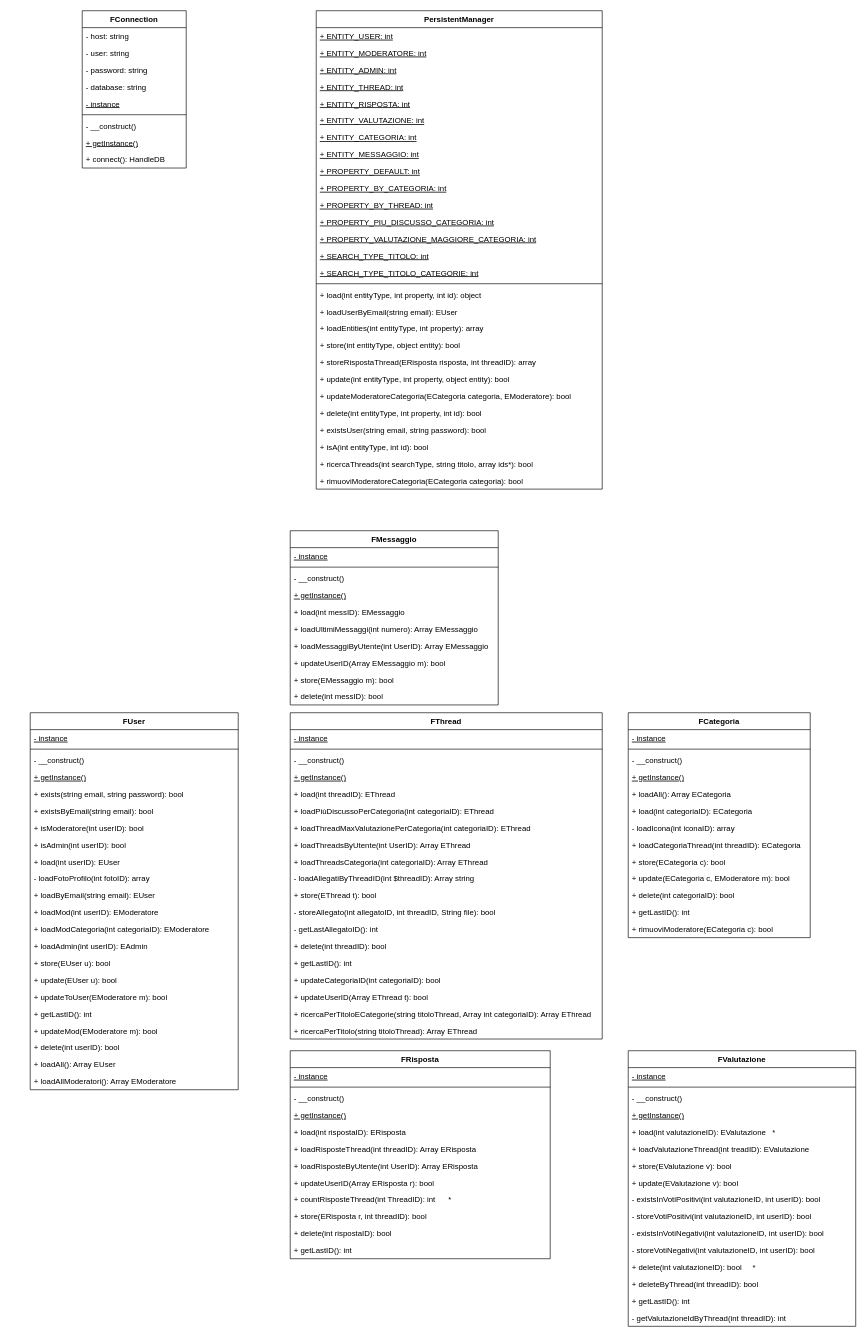
Before: Diagrammi/UML Fondation 2.drawio in EdoPan/UniChat, a draw.io diagram. Source tidied: cells renumbered, new cells numbered last; positions are measured from the earlier drawing's top-left corner, leaving out a move shared by most shapes. Both pictures are drawn from the tidied source at 65%, with x=0, y=0 at pixel (30, 10).
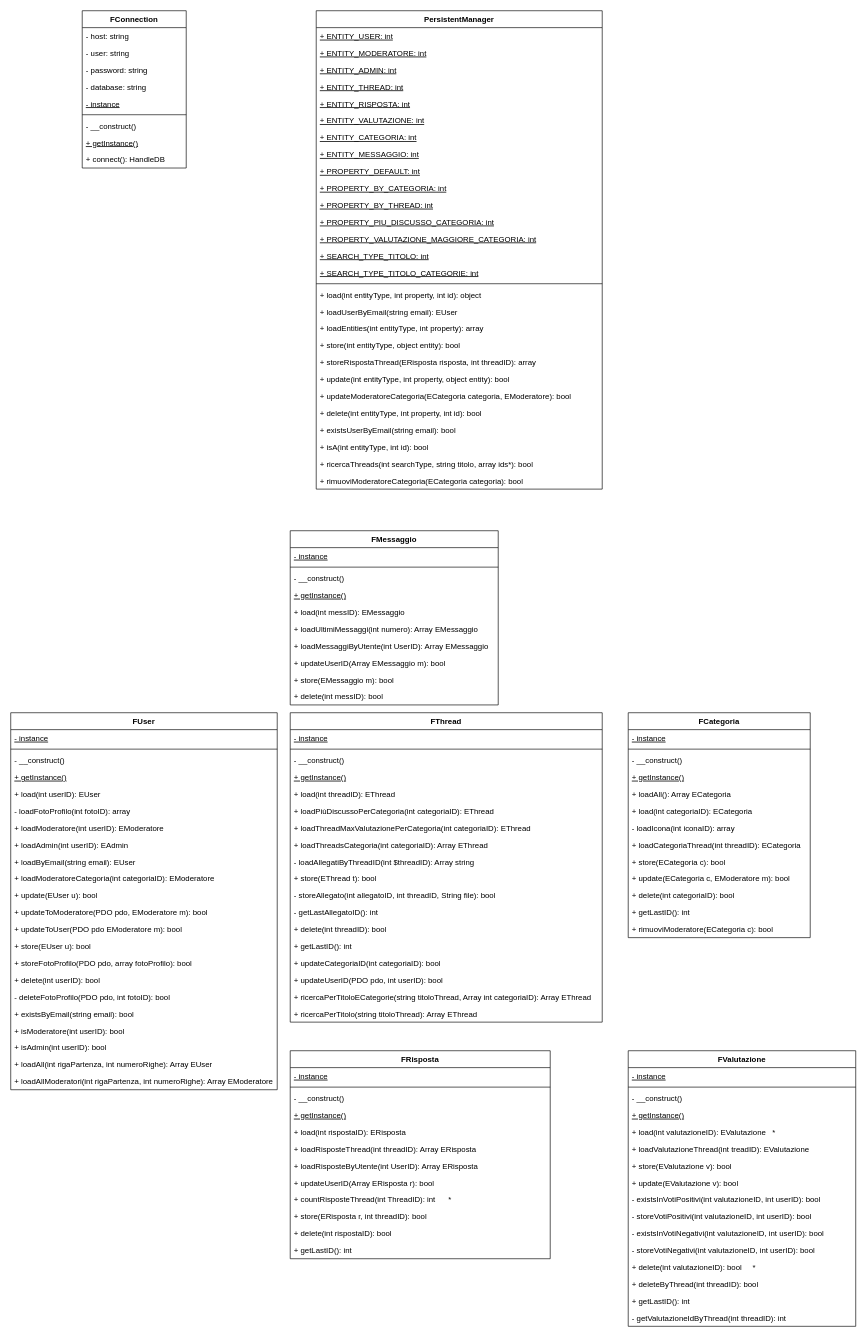
The same page after the edit.

The change refers to these unchanged cells:
```xml
<mxCell id="12" value="PersistentManager" style="swimlane;fontStyle=1;align=center;verticalAlign=top;horizontal=1;startSize=26;" parent="1" vertex="1">
  <mxGeometry x="440" width="440" height="736" as="geometry" />
</mxCell>
```

Diff of the diagram source:
```diff
@@
-    <mxCell id="37" value="+ existsUser(string email, string password): bool" style="text;strokeColor=none;fillColor=none;align=left;verticalAlign=top;spacingLeft=4;spacingRight=4;overflow=hidden;" parent="12" vertex="1">
+    <mxCell id="37" value="+ existsUserByEmail(string email): bool" style="text;strokeColor=none;fillColor=none;align=left;verticalAlign=top;spacingLeft=4;spacingRight=4;overflow=hidden;" parent="12" vertex="1">
       <mxGeometry y="632" width="440" height="26" as="geometry" />
     </mxCell>
@@
     <mxCell id="41" value="FUser" style="swimlane;fontStyle=1;align=center;verticalAlign=top;horizontal=1;startSize=26;" parent="1" vertex="1">
-      <mxGeometry y="1080" width="320" height="580" as="geometry" />
+      <mxGeometry x="-30" y="1080" width="410" height="580" as="geometry" />
     </mxCell>
     <mxCell id="42" value="- instance" style="text;strokeColor=none;fillColor=none;align=left;verticalAlign=top;spacingLeft=4;spacingRight=4;overflow=hidden;fontStyle=4;" parent="41" vertex="1">
-      <mxGeometry y="26" width="320" height="26" as="geometry" />
+      <mxGeometry y="26" width="410" height="26" as="geometry" />
     </mxCell>
     <mxCell id="43" style="line;strokeWidth=1;fillColor=none;align=left;verticalAlign=middle;spacingTop=-1;spacingLeft=3;spacingRight=3;labelPosition=right;" parent="41" vertex="1">
-      <mxGeometry y="52" width="320" height="8" as="geometry" />
+      <mxGeometry y="52" width="410" height="8" as="geometry" />
     </mxCell>
     <mxCell id="44" value="- __construct()" style="text;strokeColor=none;fillColor=none;align=left;verticalAlign=top;spacingLeft=4;spacingRight=4;overflow=hidden;" parent="41" vertex="1">
-      <mxGeometry y="60" width="320" height="26" as="geometry" />
+      <mxGeometry y="60" width="410" height="26" as="geometry" />
     </mxCell>
     <mxCell id="45" value="+ getInstance()" style="text;strokeColor=none;fillColor=none;align=left;verticalAlign=top;spacingLeft=4;spacingRight=4;overflow=hidden;fontStyle=4;" parent="41" vertex="1">
-      <mxGeometry y="86" width="320" height="26" as="geometry" />
+      <mxGeometry y="86" width="410" height="26" as="geometry" />
     </mxCell>
-    <mxCell id="46" value="+ exists(string email, string password): bool" style="text;strokeColor=none;fillColor=none;align=left;verticalAlign=top;spacingLeft=4;spacingRight=4;overflow=hidden;" parent="41" vertex="1">
-      <mxGeometry y="112" width="320" height="26" as="geometry" />
-    </mxCell>
+    <mxCell id="50" value="+ load(int userID): EUser" style="text;strokeColor=none;fillColor=none;align=left;verticalAlign=top;spacingLeft=4;spacingRight=4;overflow=hidden;" parent="41" vertex="1">
+      <mxGeometry y="112" width="410" height="26" as="geometry" />
+    </mxCell>
+    <mxCell id="51" value="- loadFotoProfilo(int fotoID): array" style="text;strokeColor=none;fillColor=none;align=left;verticalAlign=top;spacingLeft=4;spacingRight=4;overflow=hidden;" parent="41" vertex="1">
+      <mxGeometry y="138" width="410" height="26" as="geometry" />
+    </mxCell>
+    <mxCell id="53" value="+ loadModeratore(int userID): EModeratore" style="text;strokeColor=none;fillColor=none;align=left;verticalAlign=top;spacingLeft=4;spacingRight=4;overflow=hidden;" parent="41" vertex="1">
+      <mxGeometry y="164" width="410" height="26" as="geometry" />
+    </mxCell>
+    <mxCell id="55" value="+ loadAdmin(int userID): EAdmin" style="text;strokeColor=none;fillColor=none;align=left;verticalAlign=top;spacingLeft=4;spacingRight=4;overflow=hidden;" parent="41" vertex="1">
+      <mxGeometry y="190" width="410" height="26" as="geometry" />
+    </mxCell>
+    <mxCell id="52" value="+ loadByEmail(string email): EUser" style="text;strokeColor=none;fillColor=none;align=left;verticalAlign=top;spacingLeft=4;spacingRight=4;overflow=hidden;" parent="41" vertex="1">
+      <mxGeometry y="216" width="410" height="26" as="geometry" />
+    </mxCell>
+    <mxCell id="54" value="+ loadModeratoreCategoria(int categoriaID): EModeratore" style="text;strokeColor=none;fillColor=none;align=left;verticalAlign=top;spacingLeft=4;spacingRight=4;overflow=hidden;" parent="41" vertex="1">
+      <mxGeometry y="242" width="410" height="26" as="geometry" />
+    </mxCell>
+    <mxCell id="57" value="+ update(EUser u): bool" style="text;strokeColor=none;fillColor=none;align=left;verticalAlign=top;spacingLeft=4;spacingRight=4;overflow=hidden;" parent="41" vertex="1">
+      <mxGeometry y="268" width="410" height="26" as="geometry" />
+    </mxCell>
+    <mxCell id="60" value="+ updateToModeratore(PDO pdo, EModeratore m): bool" style="text;strokeColor=none;fillColor=none;align=left;verticalAlign=top;spacingLeft=4;spacingRight=4;overflow=hidden;" parent="41" vertex="1">
+      <mxGeometry y="294" width="410" height="26" as="geometry" />
+    </mxCell>
+    <mxCell id="58" value="+ updateToUser(PDO pdo EModeratore m): bool" style="text;strokeColor=none;fillColor=none;align=left;verticalAlign=top;spacingLeft=4;spacingRight=4;overflow=hidden;" parent="41" vertex="1">
+      <mxGeometry y="320" width="410" height="26" as="geometry" />
+    </mxCell>
+    <mxCell id="56" value="+ store(EUser u): bool" style="text;strokeColor=none;fillColor=none;align=left;verticalAlign=top;spacingLeft=4;spacingRight=4;overflow=hidden;" parent="41" vertex="1">
+      <mxGeometry y="346" width="410" height="26" as="geometry" />
+    </mxCell>
+    <mxCell id="139" value="+ storeFotoProfilo(PDO pdo, array fotoProfilo): bool" style="text;strokeColor=none;fillColor=none;align=left;verticalAlign=top;spacingLeft=4;spacingRight=4;overflow=hidden;" parent="41" vertex="1">
+      <mxGeometry y="372" width="410" height="26" as="geometry" />
+    </mxCell>
+    <mxCell id="61" value="+ delete(int userID): bool" style="text;strokeColor=none;fillColor=none;align=left;verticalAlign=top;spacingLeft=4;spacingRight=4;overflow=hidden;" parent="41" vertex="1">
+      <mxGeometry y="398" width="410" height="26" as="geometry" />
+    </mxCell>
+    <mxCell id="140" value="- deleteFotoProfilo(PDO pdo, int fotoID): bool" style="text;strokeColor=none;fillColor=none;align=left;verticalAlign=top;spacingLeft=4;spacingRight=4;overflow=hidden;" parent="41" vertex="1">
+      <mxGeometry y="424" width="410" height="26" as="geometry" />
+    </mxCell>
     <mxCell id="47" value="+ existsByEmail(string email): bool" style="text;strokeColor=none;fillColor=none;align=left;verticalAlign=top;spacingLeft=4;spacingRight=4;overflow=hidden;" parent="41" vertex="1">
-      <mxGeometry y="138" width="320" height="26" as="geometry" />
+      <mxGeometry y="450" width="410" height="26" as="geometry" />
     </mxCell>
     <mxCell id="48" value="+ isModeratore(int userID): bool" style="text;strokeColor=none;fillColor=none;align=left;verticalAlign=top;spacingLeft=4;spacingRight=4;overflow=hidden;" parent="41" vertex="1">
-      <mxGeometry y="164" width="320" height="26" as="geometry" />
+      <mxGeometry y="476" width="410" height="26" as="geometry" />
     </mxCell>
     <mxCell id="49" value="+ isAdmin(int userID): bool" style="text;strokeColor=none;fillColor=none;align=left;verticalAlign=top;spacingLeft=4;spacingRight=4;overflow=hidden;" parent="41" vertex="1">
-      <mxGeometry y="190" width="320" height="26" as="geometry" />
+      <mxGeometry y="502" width="410" height="26" as="geometry" />
     </mxCell>
-    <mxCell id="50" value="+ load(int userID): EUser" style="text;strokeColor=none;fillColor=none;align=left;verticalAlign=top;spacingLeft=4;spacingRight=4;overflow=hidden;" parent="41" vertex="1">
-      <mxGeometry y="216" width="320" height="26" as="geometry" />
-    </mxCell>
-    <mxCell id="51" value="- loadFotoProfilo(int fotoID): array" style="text;strokeColor=none;fillColor=none;align=left;verticalAlign=top;spacingLeft=4;spacingRight=4;overflow=hidden;" parent="41" vertex="1">
-      <mxGeometry y="242" width="320" height="26" as="geometry" />
-    </mxCell>
-    <mxCell id="52" value="+ loadByEmail(string email): EUser" style="text;strokeColor=none;fillColor=none;align=left;verticalAlign=top;spacingLeft=4;spacingRight=4;overflow=hidden;" parent="41" vertex="1">
-      <mxGeometry y="268" width="320" height="26" as="geometry" />
-    </mxCell>
-    <mxCell id="53" value="+ loadMod(int userID): EModeratore" style="text;strokeColor=none;fillColor=none;align=left;verticalAlign=top;spacingLeft=4;spacingRight=4;overflow=hidden;" parent="41" vertex="1">
-      <mxGeometry y="294" width="320" height="26" as="geometry" />
-    </mxCell>
-    <mxCell id="54" value="+ loadModCategoria(int categoriaID): EModeratore" style="text;strokeColor=none;fillColor=none;align=left;verticalAlign=top;spacingLeft=4;spacingRight=4;overflow=hidden;" parent="41" vertex="1">
-      <mxGeometry y="320" width="320" height="26" as="geometry" />
-    </mxCell>
-    <mxCell id="55" value="+ loadAdmin(int userID): EAdmin" style="text;strokeColor=none;fillColor=none;align=left;verticalAlign=top;spacingLeft=4;spacingRight=4;overflow=hidden;" parent="41" vertex="1">
-      <mxGeometry y="346" width="320" height="26" as="geometry" />
-    </mxCell>
-    <mxCell id="56" value="+ store(EUser u): bool" style="text;strokeColor=none;fillColor=none;align=left;verticalAlign=top;spacingLeft=4;spacingRight=4;overflow=hidden;" parent="41" vertex="1">
-      <mxGeometry y="372" width="320" height="26" as="geometry" />
-    </mxCell>
-    <mxCell id="57" value="+ update(EUser u): bool" style="text;strokeColor=none;fillColor=none;align=left;verticalAlign=top;spacingLeft=4;spacingRight=4;overflow=hidden;" parent="41" vertex="1">
-      <mxGeometry y="398" width="320" height="26" as="geometry" />
-    </mxCell>
-    <mxCell id="58" value="+ updateToUser(EModeratore m): bool" style="text;strokeColor=none;fillColor=none;align=left;verticalAlign=top;spacingLeft=4;spacingRight=4;overflow=hidden;" parent="41" vertex="1">
-      <mxGeometry y="424" width="320" height="26" as="geometry" />
-    </mxCell>
-    <mxCell id="59" value="+ getLastID(): int" style="text;strokeColor=none;fillColor=none;align=left;verticalAlign=top;spacingLeft=4;spacingRight=4;overflow=hidden;" parent="41" vertex="1">
-      <mxGeometry y="450" width="320" height="26" as="geometry" />
-    </mxCell>
-    <mxCell id="60" value="+ updateMod(EModeratore m): bool" style="text;strokeColor=none;fillColor=none;align=left;verticalAlign=top;spacingLeft=4;spacingRight=4;overflow=hidden;" parent="41" vertex="1">
-      <mxGeometry y="476" width="320" height="26" as="geometry" />
-    </mxCell>
-    <mxCell id="61" value="+ delete(int userID): bool" style="text;strokeColor=none;fillColor=none;align=left;verticalAlign=top;spacingLeft=4;spacingRight=4;overflow=hidden;" parent="41" vertex="1">
-      <mxGeometry y="502" width="320" height="26" as="geometry" />
-    </mxCell>
-    <mxCell id="62" value="+ loadAll(): Array EUser" style="text;strokeColor=none;fillColor=none;align=left;verticalAlign=top;spacingLeft=4;spacingRight=4;overflow=hidden;" parent="41" vertex="1">
-      <mxGeometry y="528" width="320" height="26" as="geometry" />
+    <mxCell id="62" value="+ loadAll(int rigaPartenza, int numeroRighe): Array EUser" style="text;strokeColor=none;fillColor=none;align=left;verticalAlign=top;spacingLeft=4;spacingRight=4;overflow=hidden;" parent="41" vertex="1">
+      <mxGeometry y="528" width="410" height="26" as="geometry" />
     </mxCell>
-    <mxCell id="63" value="+ loadAllModeratori(): Array EModeratore" style="text;strokeColor=none;fillColor=none;align=left;verticalAlign=top;spacingLeft=4;spacingRight=4;overflow=hidden;" parent="41" vertex="1">
-      <mxGeometry y="554" width="320" height="26" as="geometry" />
+    <mxCell id="63" value="+ loadAllModeratori(int rigaPartenza, int numeroRighe): Array EModeratore" style="text;strokeColor=none;fillColor=none;align=left;verticalAlign=top;spacingLeft=4;spacingRight=4;overflow=hidden;" parent="41" vertex="1">
+      <mxGeometry y="554" width="410" height="26" as="geometry" />
     </mxCell>
@@
     <mxCell id="75" value="FThread" style="swimlane;fontStyle=1;align=center;verticalAlign=top;horizontal=1;startSize=26;" parent="1" vertex="1">
-      <mxGeometry x="400" y="1080" width="480" height="502" as="geometry" />
+      <mxGeometry x="400" y="1080" width="480" height="476" as="geometry" />
     </mxCell>
@@
-    <mxCell id="83" value="+ loadThreadsByUtente(int UserID): Array EThread" style="text;strokeColor=none;fillColor=none;align=left;verticalAlign=top;spacingLeft=4;spacingRight=4;overflow=hidden;" parent="75" vertex="1">
-      <mxGeometry y="190" width="480" height="26" as="geometry" />
-    </mxCell>
     <mxCell id="84" value="+ loadThreadsCategoria(int categoriaID): Array EThread" style="text;strokeColor=none;fillColor=none;align=left;verticalAlign=top;spacingLeft=4;spacingRight=4;overflow=hidden;" parent="75" vertex="1">
-      <mxGeometry y="216" width="480" height="26" as="geometry" />
+      <mxGeometry y="190" width="480" height="26" as="geometry" />
     </mxCell>
     <mxCell id="85" value="- loadAllegatiByThreadID(int $threadID): Array string" style="text;strokeColor=none;fillColor=none;align=left;verticalAlign=top;spacingLeft=4;spacingRight=4;overflow=hidden;" parent="75" vertex="1">
-      <mxGeometry y="242" width="480" height="26" as="geometry" />
+      <mxGeometry y="216" width="480" height="26" as="geometry" />
     </mxCell>
     <mxCell id="86" value="+ store(EThread t): bool" style="text;strokeColor=none;fillColor=none;align=left;verticalAlign=top;spacingLeft=4;spacingRight=4;overflow=hidden;" parent="75" vertex="1">
-      <mxGeometry y="268" width="480" height="26" as="geometry" />
+      <mxGeometry y="242" width="480" height="26" as="geometry" />
     </mxCell>
     <mxCell id="87" value="- storeAllegato(int allegatoID, int threadID, String file): bool" style="text;strokeColor=none;fillColor=none;align=left;verticalAlign=top;spacingLeft=4;spacingRight=4;overflow=hidden;" parent="75" vertex="1">
-      <mxGeometry y="294" width="480" height="26" as="geometry" />
+      <mxGeometry y="268" width="480" height="26" as="geometry" />
     </mxCell>
     <mxCell id="88" value="- getLastAllegatoID(): int" style="text;strokeColor=none;fillColor=none;align=left;verticalAlign=top;spacingLeft=4;spacingRight=4;overflow=hidden;" parent="75" vertex="1">
-      <mxGeometry y="320" width="480" height="26" as="geometry" />
+      <mxGeometry y="294" width="480" height="26" as="geometry" />
     </mxCell>
     <mxCell id="89" value="+ delete(int threadID): bool" style="text;strokeColor=none;fillColor=none;align=left;verticalAlign=top;spacingLeft=4;spacingRight=4;overflow=hidden;" parent="75" vertex="1">
-      <mxGeometry y="346" width="480" height="26" as="geometry" />
+      <mxGeometry y="320" width="480" height="26" as="geometry" />
     </mxCell>
     <mxCell id="90" value="+ getLastID(): int" style="text;strokeColor=none;fillColor=none;align=left;verticalAlign=top;spacingLeft=4;spacingRight=4;overflow=hidden;" parent="75" vertex="1">
-      <mxGeometry y="372" width="480" height="26" as="geometry" />
+      <mxGeometry y="346" width="480" height="26" as="geometry" />
     </mxCell>
     <mxCell id="91" value="+ updateCategoriaID(int categoriaID): bool" style="text;strokeColor=none;fillColor=none;align=left;verticalAlign=top;spacingLeft=4;spacingRight=4;overflow=hidden;" parent="75" vertex="1">
-      <mxGeometry y="398" width="480" height="26" as="geometry" />
+      <mxGeometry y="372" width="480" height="26" as="geometry" />
     </mxCell>
-    <mxCell id="92" value="+ updateUserID(Array EThread t): bool" style="text;strokeColor=none;fillColor=none;align=left;verticalAlign=top;spacingLeft=4;spacingRight=4;overflow=hidden;" parent="75" vertex="1">
-      <mxGeometry y="424" width="480" height="26" as="geometry" />
+    <mxCell id="92" value="+ updateUserID(PDO pdo, int userID): bool" style="text;strokeColor=none;fillColor=none;align=left;verticalAlign=top;spacingLeft=4;spacingRight=4;overflow=hidden;" parent="75" vertex="1">
+      <mxGeometry y="398" width="480" height="26" as="geometry" />
     </mxCell>
     <mxCell id="93" value="+ ricercaPerTitoloECategorie(string titoloThread, Array int categoriaID): Array EThread" style="text;strokeColor=none;fillColor=none;align=left;verticalAlign=top;spacingLeft=4;spacingRight=4;overflow=hidden;" parent="75" vertex="1">
-      <mxGeometry y="450" width="480" height="26" as="geometry" />
+      <mxGeometry y="424" width="480" height="26" as="geometry" />
     </mxCell>
     <mxCell id="94" value="+ ricercaPerTitolo(string titoloThread): Array EThread" style="text;strokeColor=none;fillColor=none;align=left;verticalAlign=top;spacingLeft=4;spacingRight=4;overflow=hidden;" parent="75" vertex="1">
-      <mxGeometry y="476" width="480" height="26" as="geometry" />
+      <mxGeometry y="450" width="480" height="26" as="geometry" />
     </mxCell>
```
